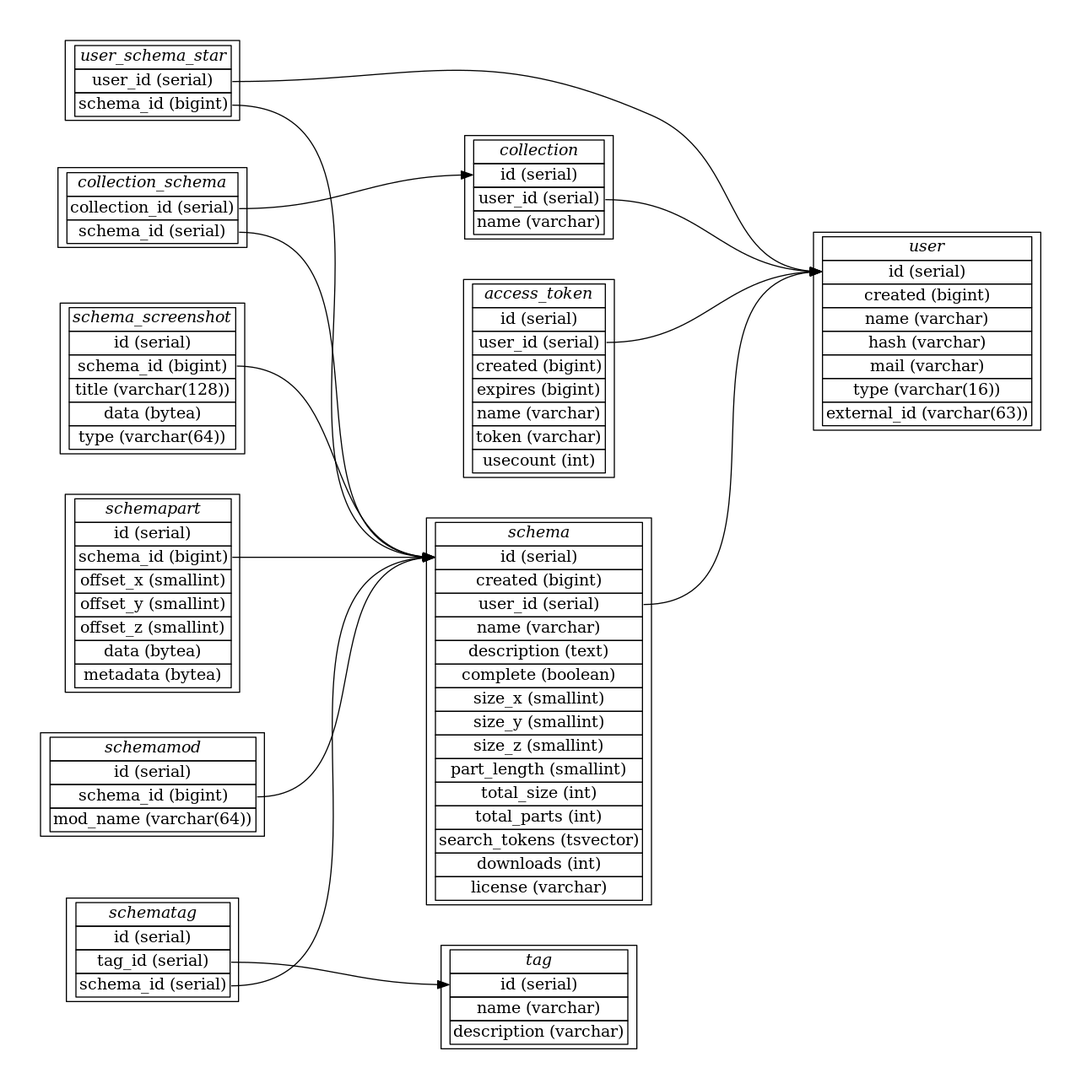
Before: doc/database.png, a diagram exported from Graphviz (blockexchange/blockexchange_server). Its source is kept beside it as doc/database.dot.
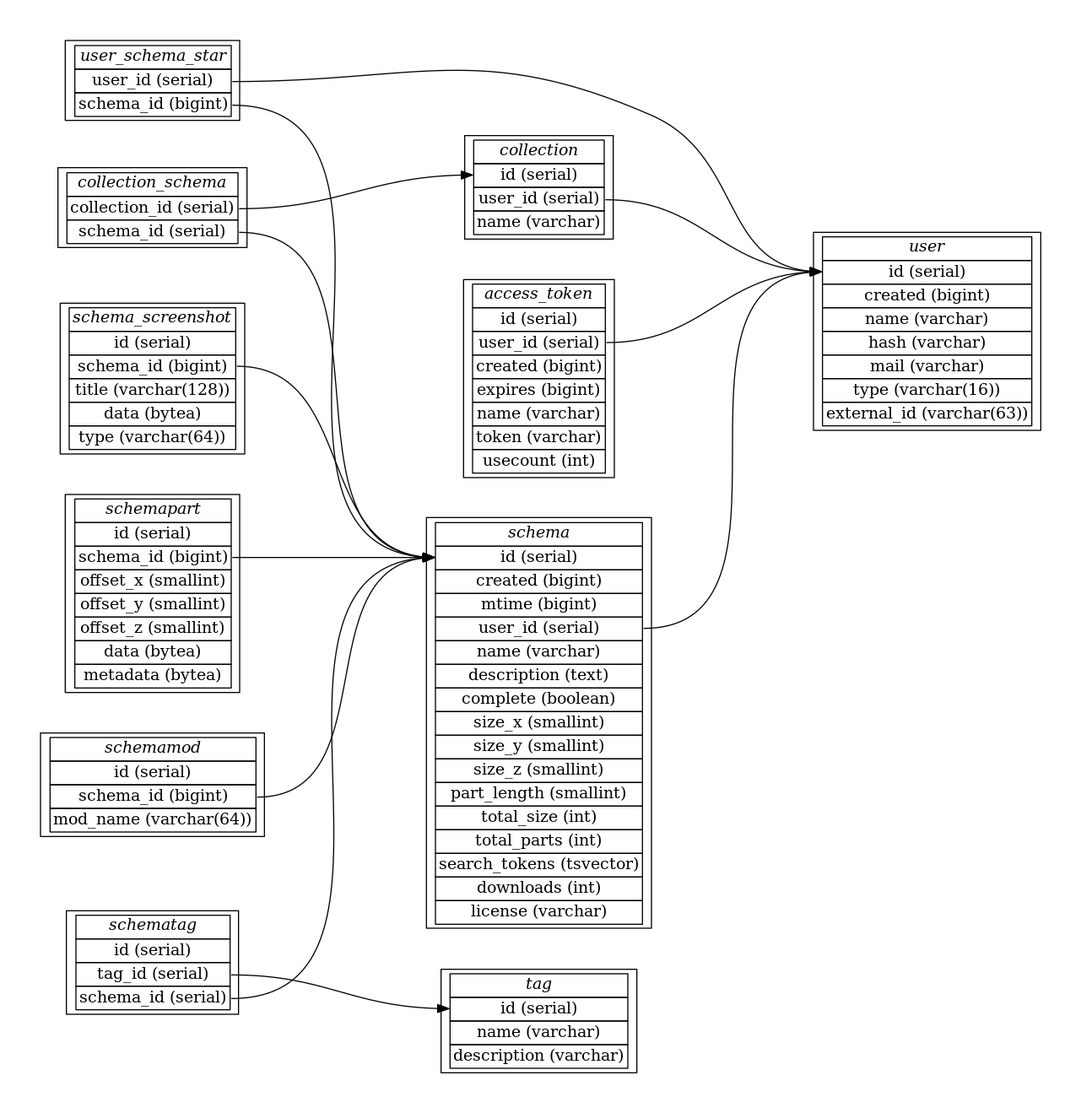
After the commit.

Diff of the diagram source:
```diff
@@ -33,6 +33,7 @@
 		<tr><td><i>schema</i></td></tr>
 		<tr><td port="6">id (serial)</td></tr>
 		<tr><td port="7">created (bigint)</td></tr>
+		<tr><td port="7a">mtime (bigint)</td></tr>
 		<tr><td port="8">user_id (serial)</td></tr>
 		<tr><td port="9">name (varchar)</td></tr>
 		<tr><td port="10">description (text)</td></tr>
```
